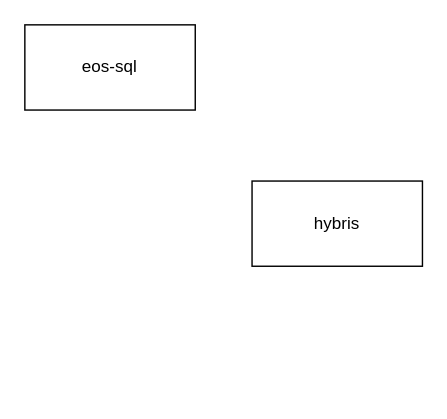
The draw.io diagram DLC DLF元数据打通方案.drawio in yuhuali1989/ui, before the edit. Source tidied: cells renumbered, new cells numbered last; positions are measured from the earlier drawing's top-left corner, leaving out a move shared by most shapes. Both pictures are drawn from the tidied source at 142%, with x=0, y=0 at pixel (24, 24).
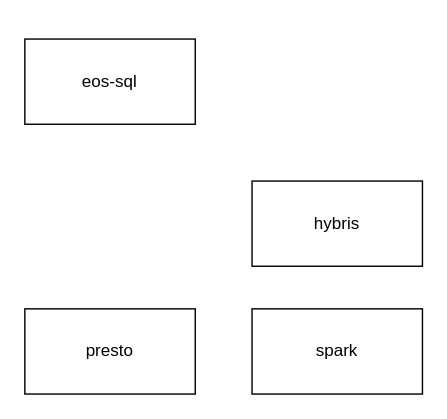
The same page after the edit.

Commit message (it also covers changes not shown here):
Update DLC DLF元数据打通方案.drawio

What changed in the source:
```diff
@@
 <mxGraphModel>
   <root>
     <mxCell id="0" />
     <mxCell id="1" parent="0" />
     <mxCell id="2" value="hybris" style="rounded=0;whiteSpace=wrap;html=1;" parent="1" vertex="1">
       <mxGeometry x="160" y="110" width="120" height="60" as="geometry" />
     </mxCell>
     <mxCell id="3" value="eos-sql" style="rounded=0;whiteSpace=wrap;html=1;" parent="1" vertex="1">
-      <mxGeometry width="120" height="60" as="geometry" />
+      <mxGeometry y="10" width="120" height="60" as="geometry" />
     </mxCell>
+    <mxCell id="4" value="presto" style="rounded=0;whiteSpace=wrap;html=1;" parent="1" vertex="1">
+      <mxGeometry y="200" width="120" height="60" as="geometry" />
+    </mxCell>
+    <mxCell id="5" value="spark" style="rounded=0;whiteSpace=wrap;html=1;" parent="1" vertex="1">
+      <mxGeometry x="160" y="200" width="120" height="60" as="geometry" />
+    </mxCell>
   </root>
 </mxGraphModel>
```
